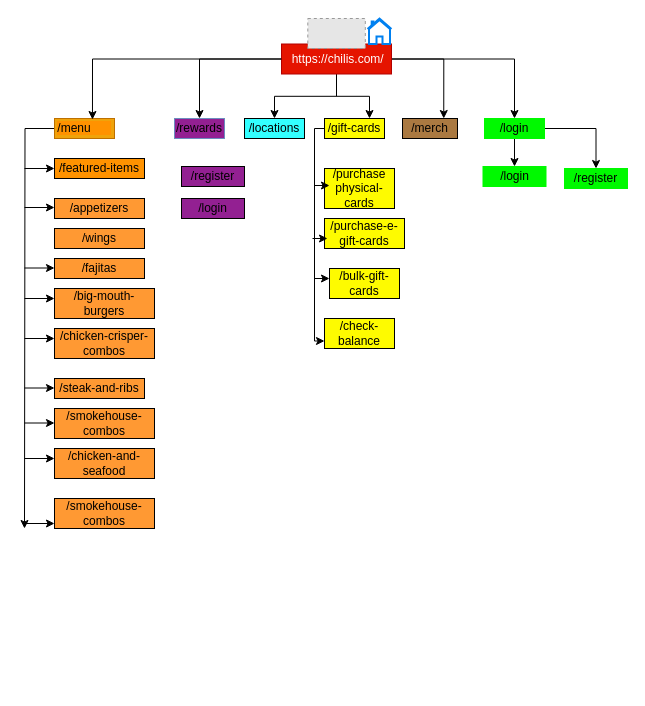
Above: page "Chili's" (2 of 2) of Chilisitemap.drawio in Pao099/AWS (draw.io), before the change. Source tidied: cells renumbered, new cells numbered last; positions are measured from the earlier drawing's top-left corner, leaving out a move shared by most shapes. Both pictures are drawn from the tidied source at 100%, with x=0, y=0 at pixel (24, 18). Pictures stored in the file or linked from it are replaced by grey dashed boxes.
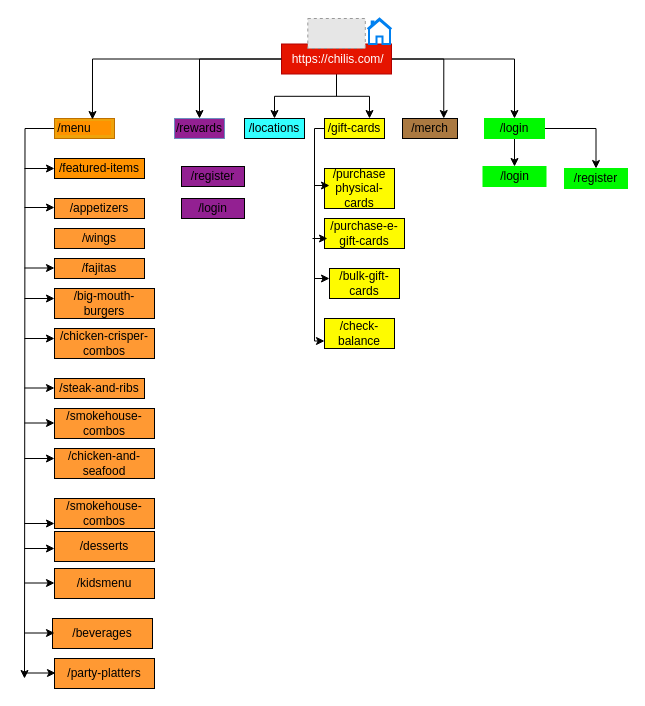
After the change.

Unchanged cells that the change refers to:
```xml
<mxCell id="17" value="&lt;span style=&quot;background-color: rgb(255, 146, 0);&quot;&gt;/menu&lt;span style=&quot;white-space: pre;&quot;&gt;&#9;&lt;/span&gt;&lt;/span&gt;" style="rounded=0;whiteSpace=wrap;html=1;fillColor=#f0a30a;fontColor=#000000;strokeColor=#BD7000;" parent="1" vertex="1">
  <mxGeometry x="30" y="100" width="60" height="20" as="geometry" />
</mxCell>
```

The edit, as a diff of the source:
```diff
@@
     <mxCell id="16" style="edgeStyle=orthogonalEdgeStyle;rounded=0;jettySize=auto;html=1;" parent="1" edge="1" source="17">
       <mxGeometry relative="1" as="geometry">
-        <mxPoint y="510" as="targetPoint" />
+        <mxPoint y="660" as="targetPoint" />
       </mxGeometry>
     </mxCell>
@@
+    <mxCell id="52" value="/party-platters" style="rounded=0;whiteSpace=wrap;html=1;fillColor=#FF9933;" parent="1" vertex="1">
+      <mxGeometry x="30" y="640" width="100" height="30" as="geometry" />
+    </mxCell>
+    <mxCell id="53" value="/beverages" style="rounded=0;whiteSpace=wrap;html=1;fillColor=#FF9933;" parent="1" vertex="1">
+      <mxGeometry x="28" y="600" width="100" height="30" as="geometry" />
+    </mxCell>
+    <mxCell id="54" value="/kidsmenu" style="rounded=0;whiteSpace=wrap;html=1;fillColor=#FF9933;" parent="1" vertex="1">
+      <mxGeometry x="30" y="550" width="100" height="30" as="geometry" />
+    </mxCell>
+    <mxCell id="55" style="endArrow=classic;html=1;rounded=0;" parent="1" edge="1">
+      <mxGeometry relative="1" as="geometry">
+        <mxPoint y="564.5" as="sourcePoint" />
+        <mxPoint x="30" y="564.5" as="targetPoint" />
+      </mxGeometry>
+    </mxCell>
+    <mxCell id="56" style="endArrow=classic;html=1;rounded=0;" parent="1" edge="1">
+      <mxGeometry relative="1" as="geometry">
+        <mxPoint y="614.5" as="sourcePoint" />
+        <mxPoint x="30" y="614.5" as="targetPoint" />
+      </mxGeometry>
+    </mxCell>
+    <mxCell id="57" style="endArrow=classic;html=1;rounded=0;" parent="1" edge="1">
+      <mxGeometry relative="1" as="geometry">
+        <mxPoint x="1" y="654.5" as="sourcePoint" />
+        <mxPoint x="31" y="654.5" as="targetPoint" />
+      </mxGeometry>
+    </mxCell>
+    <mxCell id="58" value="/desserts" style="rounded=0;whiteSpace=wrap;html=1;fillColor=#FF9933;" parent="1" vertex="1">
+      <mxGeometry x="30" y="513" width="100" height="30" as="geometry" />
+    </mxCell>
+    <mxCell id="59" style="endArrow=classic;html=1;rounded=0;" parent="1" edge="1">
+      <mxGeometry relative="1" as="geometry">
+        <mxPoint y="530" as="sourcePoint" />
+        <mxPoint x="30" y="530" as="targetPoint" />
+      </mxGeometry>
+    </mxCell>
```
